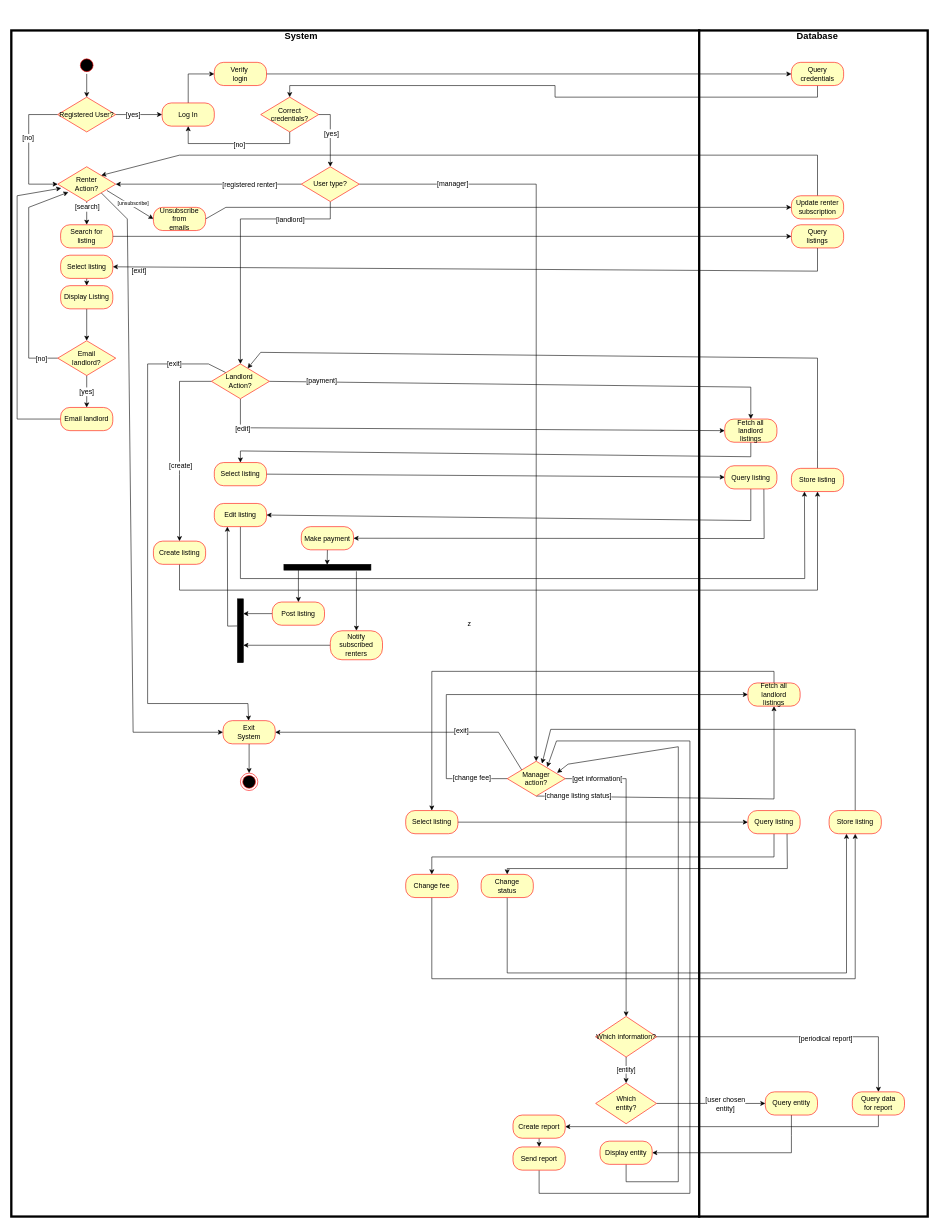
Above: SystemsActivityDiagram.drawio in ryan-holt/ENSF480FinalProject (draw.io), before the change. Source tidied: cells renumbered, new cells numbered last; positions are measured from the earlier drawing's top-left corner, leaving out a move shared by most shapes. Both pictures are drawn from the tidied source at 58%, with x=0, y=0 at pixel (11, 30).
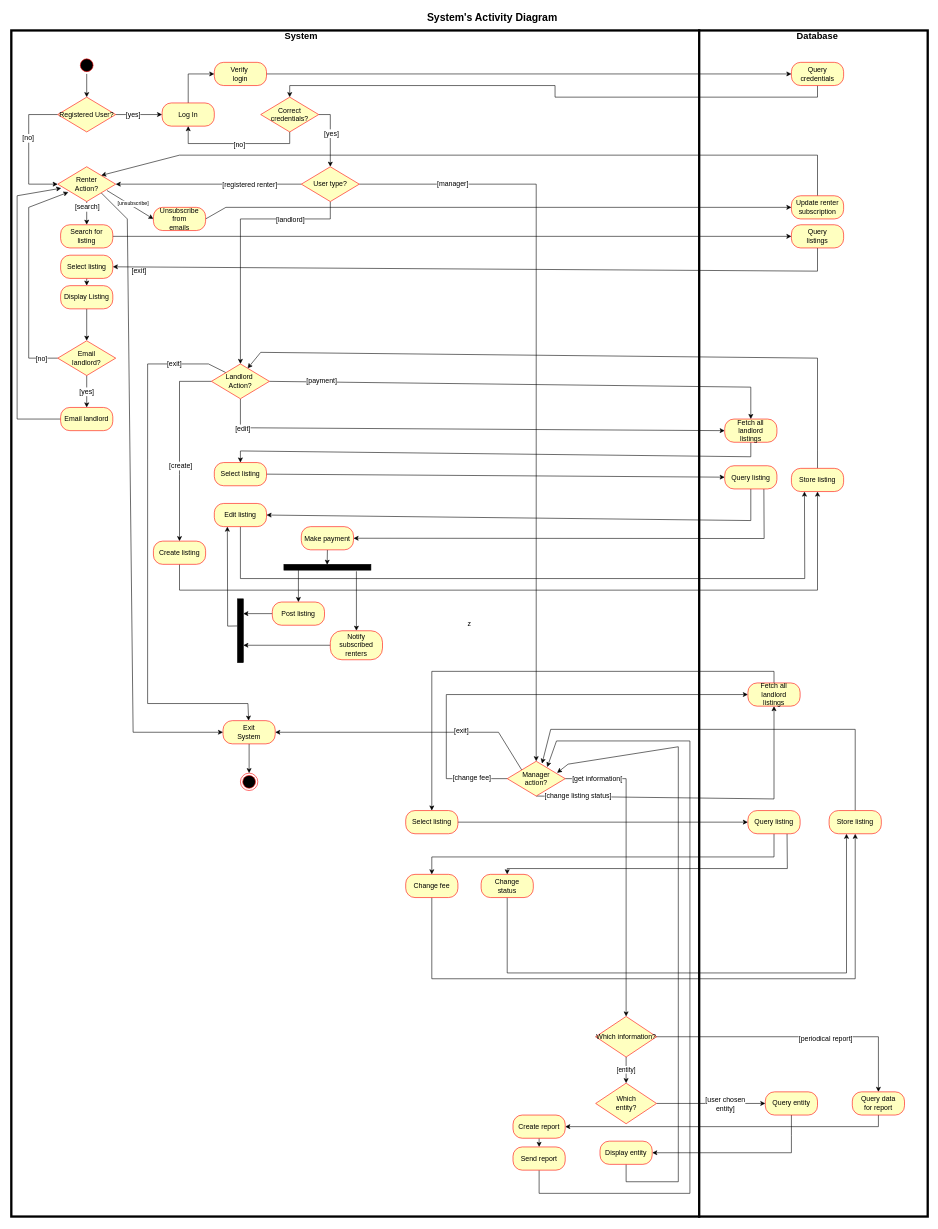
The same diagram, later.

Change to the diagram source:
```diff
@@
+    <mxCell id="132" value="&lt;font style=&quot;font-size: 18px&quot;&gt;&lt;b&gt;System's Activity Diagram&lt;/b&gt;&lt;/font&gt;" style="text;html=1;align=left;verticalAlign=top;spacingTop=-4;" parent="1" vertex="1">
+      <mxGeometry x="715" y="-35" width="240" height="20" as="geometry" />
+    </mxCell>
```
